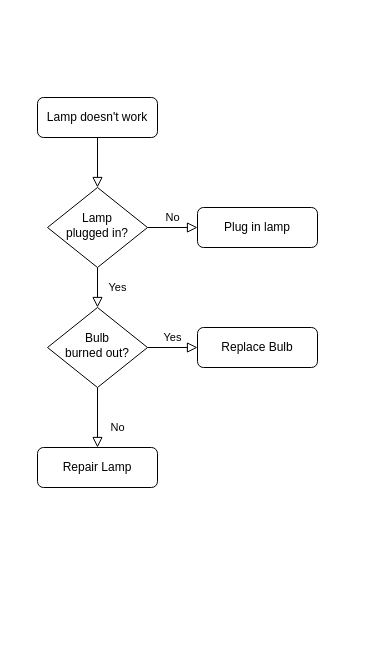
Before: Diagrama sem nome.drawio in AfonsoFernando051/Naruto, a draw.io diagram. Source tidied: cells renumbered, new cells numbered last; positions are measured from the earlier drawing's top-left corner, leaving out a move shared by most shapes. Both pictures are drawn from the tidied source at 100%, with x=0, y=0 at pixel (37, 97).
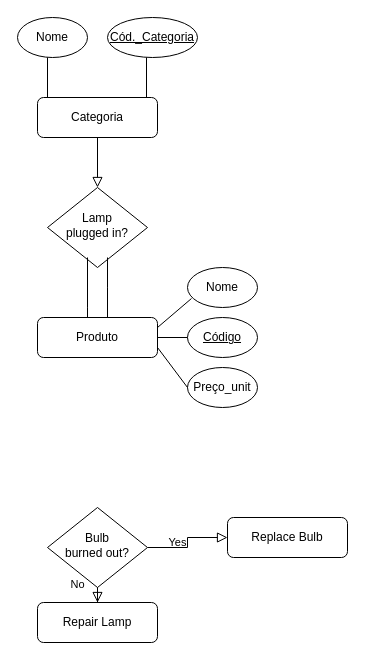
The same diagram, later.

Unchanged cells that the change refers to:
```xml
<mxCell id="6" value="Lamp&lt;br&gt;plugged in?" style="rhombus;whiteSpace=wrap;html=1;shadow=0;fontFamily=Helvetica;fontSize=12;align=center;strokeWidth=1;spacing=6;spacingTop=-4;" parent="1" vertex="1">
  <mxGeometry x="10" y="90" width="100" height="80" as="geometry" />
</mxCell>
```

The edit, as a diff of the source:
```diff
@@
-    <mxCell id="3" value="Lamp doesn't work" style="rounded=1;whiteSpace=wrap;html=1;fontSize=12;glass=0;strokeWidth=1;shadow=0;" parent="1" vertex="1">
+    <mxCell id="3" value="Categoria" style="rounded=1;whiteSpace=wrap;html=1;fontSize=12;glass=0;strokeWidth=1;shadow=0;" parent="1" vertex="1">
       <mxGeometry width="120" height="40" as="geometry" />
     </mxCell>
-    <mxCell id="4" value="Yes" style="rounded=0;html=1;jettySize=auto;fontSize=11;endArrow=block;endFill=0;endSize=8;strokeWidth=1;shadow=0;labelBackgroundColor=none;edgeStyle=orthogonalEdgeStyle;" parent="1" edge="1" source="6" target="10">
-      <mxGeometry y="20" relative="1" as="geometry" />
-    </mxCell>
-    <mxCell id="5" value="No" style="edgeStyle=orthogonalEdgeStyle;rounded=0;html=1;jettySize=auto;fontSize=11;endArrow=block;endFill=0;endSize=8;strokeWidth=1;shadow=0;labelBackgroundColor=none;" parent="1" edge="1" source="6" target="7">
-      <mxGeometry y="10" relative="1" as="geometry" />
-    </mxCell>
@@
-    <mxCell id="7" value="Plug in lamp" style="rounded=1;whiteSpace=wrap;html=1;fontSize=12;glass=0;strokeWidth=1;shadow=0;" parent="1" vertex="1">
-      <mxGeometry x="160" y="110" width="120" height="40" as="geometry" />
+    <mxCell id="7" value="Produto" style="rounded=1;whiteSpace=wrap;html=1;fontSize=12;glass=0;strokeWidth=1;shadow=0;" parent="1" vertex="1">
+      <mxGeometry y="220" width="120" height="40" as="geometry" />
     </mxCell>
@@
     <mxCell id="10" value="Bulb&lt;br&gt;burned out?" style="rhombus;whiteSpace=wrap;html=1;shadow=0;fontFamily=Helvetica;fontSize=12;align=center;strokeWidth=1;spacing=6;spacingTop=-4;" parent="1" vertex="1">
-      <mxGeometry x="10" y="210" width="100" height="80" as="geometry" />
+      <mxGeometry x="10" y="410" width="100" height="80" as="geometry" />
     </mxCell>
     <mxCell id="11" value="Repair Lamp" style="rounded=1;whiteSpace=wrap;html=1;fontSize=12;glass=0;strokeWidth=1;shadow=0;" parent="1" vertex="1">
-      <mxGeometry y="350" width="120" height="40" as="geometry" />
+      <mxGeometry y="505" width="120" height="40" as="geometry" />
     </mxCell>
     <mxCell id="12" value="Replace Bulb" style="rounded=1;whiteSpace=wrap;html=1;fontSize=12;glass=0;strokeWidth=1;shadow=0;" parent="1" vertex="1">
-      <mxGeometry x="160" y="230" width="120" height="40" as="geometry" />
+      <mxGeometry x="190" y="420" width="120" height="40" as="geometry" />
     </mxCell>
+    <mxCell id="13" value="Nome" style="ellipse;whiteSpace=wrap;html=1;" parent="1" vertex="1">
+      <mxGeometry x="-20" y="-80" width="70" height="40" as="geometry" />
+    </mxCell>
+    <mxCell id="14" value="&lt;u&gt;Cód._Categoria&lt;/u&gt;" style="ellipse;whiteSpace=wrap;html=1;" parent="1" vertex="1">
+      <mxGeometry x="70" y="-80" width="90" height="40" as="geometry" />
+    </mxCell>
+    <mxCell id="15" style="endArrow=none;html=1;rounded=0;" parent="1" edge="1">
+      <mxGeometry relative="1" as="geometry">
+        <mxPoint x="10" as="sourcePoint" />
+        <mxPoint x="10" y="-40" as="targetPoint" />
+        <Array as="points">
+          <mxPoint x="10" />
+        </Array>
+      </mxGeometry>
+    </mxCell>
+    <mxCell id="16" style="endArrow=none;html=1;rounded=0;" parent="1" edge="1">
+      <mxGeometry relative="1" as="geometry">
+        <mxPoint x="109" as="sourcePoint" />
+        <mxPoint x="109" y="-40" as="targetPoint" />
+        <Array as="points">
+          <mxPoint x="109" />
+        </Array>
+      </mxGeometry>
+    </mxCell>
+    <mxCell id="17" style="endArrow=none;html=1;rounded=0;entryX=0.4;entryY=0.875;entryDx=0;entryDy=0;entryPerimeter=0;" parent="1" edge="1" target="6">
+      <mxGeometry relative="1" as="geometry">
+        <mxPoint x="50" y="210" as="sourcePoint" />
+        <Array as="points">
+          <mxPoint x="50" y="220" />
+          <mxPoint x="50" y="210" />
+        </Array>
+      </mxGeometry>
+    </mxCell>
+    <mxCell id="18" style="endArrow=none;html=1;rounded=0;entryX=0.6;entryY=0.875;entryDx=0;entryDy=0;entryPerimeter=0;" parent="1" edge="1" target="6">
+      <mxGeometry relative="1" as="geometry">
+        <mxPoint x="70" y="190" as="sourcePoint" />
+        <Array as="points">
+          <mxPoint x="70" y="220" />
+          <mxPoint x="70" y="190" />
+        </Array>
+      </mxGeometry>
+    </mxCell>
+    <mxCell id="19" value="Nome" style="ellipse;whiteSpace=wrap;html=1;" parent="1" vertex="1">
+      <mxGeometry x="150" y="170" width="70" height="40" as="geometry" />
+    </mxCell>
+    <mxCell id="20" value="&lt;u&gt;Código&lt;/u&gt;" style="ellipse;whiteSpace=wrap;html=1;" parent="1" vertex="1">
+      <mxGeometry x="150" y="220" width="70" height="40" as="geometry" />
+    </mxCell>
+    <mxCell id="21" value="Preço_unit" style="ellipse;whiteSpace=wrap;html=1;" parent="1" vertex="1">
+      <mxGeometry x="150" y="270" width="70" height="40" as="geometry" />
+    </mxCell>
+    <mxCell id="22" style="endArrow=none;html=1;rounded=0;entryX=0.057;entryY=0.775;entryDx=0;entryDy=0;entryPerimeter=0;" parent="1" edge="1" target="19">
+      <mxGeometry relative="1" as="geometry">
+        <mxPoint x="120" y="230" as="sourcePoint" />
+      </mxGeometry>
+    </mxCell>
+    <mxCell id="23" style="endArrow=none;html=1;rounded=0;entryX=0;entryY=0.5;entryDx=0;entryDy=0;exitX=1;exitY=0.75;exitDx=0;exitDy=0;" parent="1" edge="1" source="7" target="21">
+      <mxGeometry relative="1" as="geometry" />
+    </mxCell>
+    <mxCell id="24" style="endArrow=none;html=1;rounded=0;entryX=0;entryY=0.5;entryDx=0;entryDy=0;" parent="1" edge="1" target="20">
+      <mxGeometry relative="1" as="geometry">
+        <mxPoint x="120" y="240" as="sourcePoint" />
+      </mxGeometry>
+    </mxCell>
```
